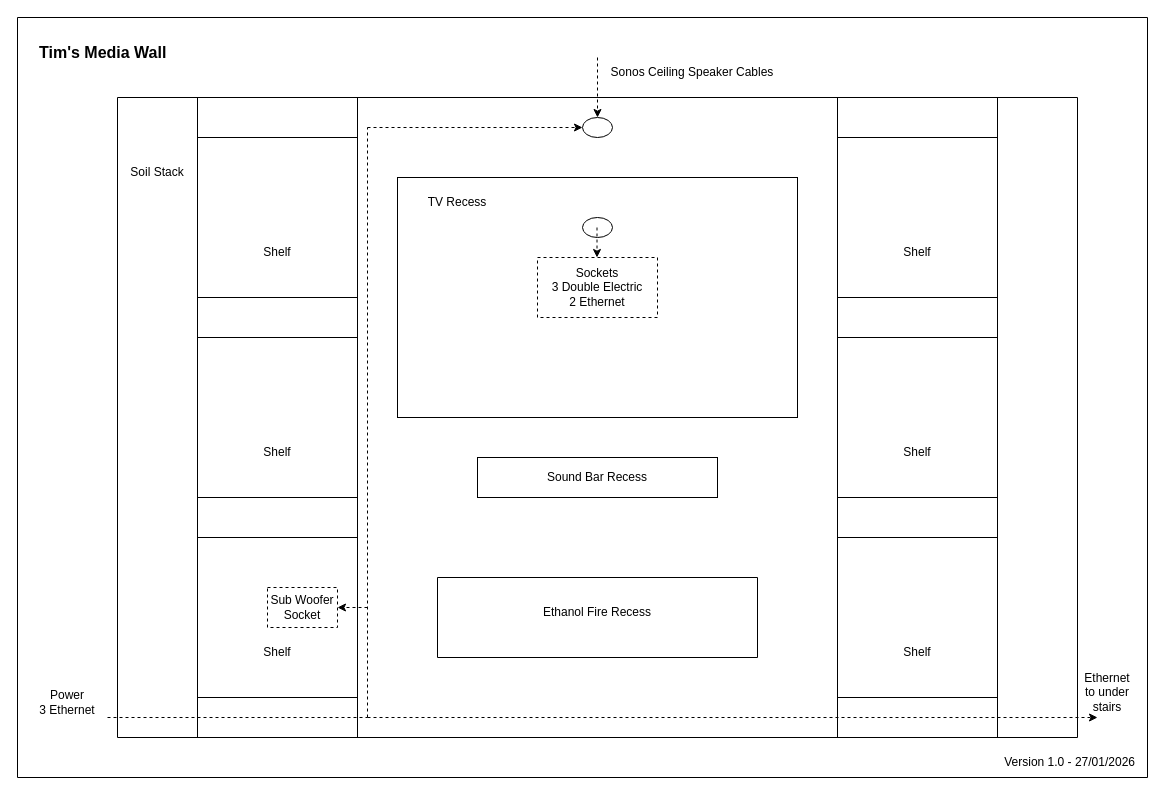
Earlier version of the draw.io diagram MediaWall.drawio (treganmorris/Diagrams). Source tidied: cells renumbered, new cells numbered last; positions are measured from the earlier drawing's top-left corner, leaving out a move shared by most shapes. Both pictures are drawn from the tidied source at 100%, with x=0, y=0 at pixel (17, 17).
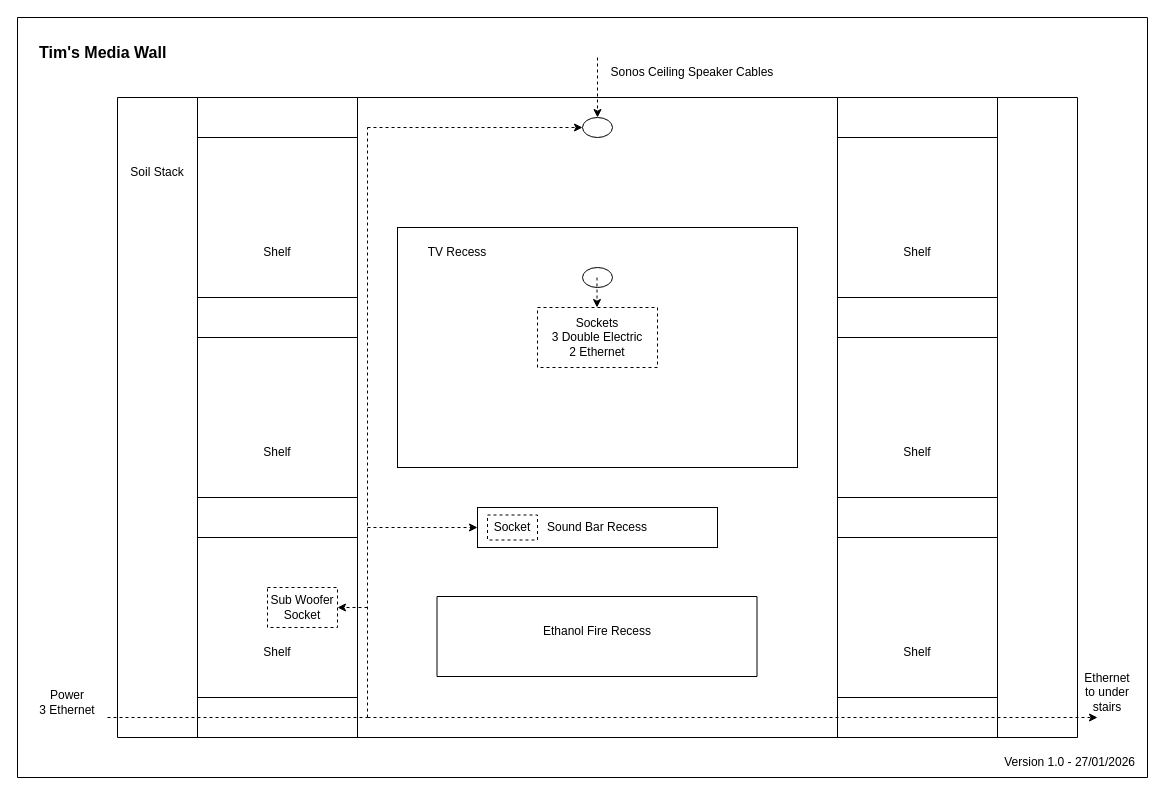
The same diagram, later.

The change refers to these unchanged cells:
```xml
<mxCell id="57" value="Sub Woofer&lt;div&gt;Socket&lt;/div&gt;" style="rounded=0;whiteSpace=wrap;html=1;dashed=1;" parent="1" vertex="1">
  <mxGeometry x="250" y="570" width="70" height="40" as="geometry" />
</mxCell>
```

The edit, as a diff of the source:
```diff
@@
     <mxCell id="27" style="endArrow=none;html=1;rounded=0;" parent="1" edge="1">
       <mxGeometry relative="1" as="geometry">
-        <mxPoint x="420" y="560" as="sourcePoint" />
-        <mxPoint x="740" y="560" as="targetPoint" />
+        <mxPoint x="419.5" y="579" as="sourcePoint" />
+        <mxPoint x="739.5" y="579" as="targetPoint" />
       </mxGeometry>
     </mxCell>
     <mxCell id="28" style="endArrow=none;html=1;rounded=0;" parent="1" edge="1">
       <mxGeometry relative="1" as="geometry">
-        <mxPoint x="420" y="640" as="sourcePoint" />
-        <mxPoint x="420" y="560" as="targetPoint" />
+        <mxPoint x="419.5" y="659" as="sourcePoint" />
+        <mxPoint x="419.5" y="579" as="targetPoint" />
       </mxGeometry>
     </mxCell>
     <mxCell id="29" style="endArrow=none;html=1;rounded=0;" parent="1" edge="1">
       <mxGeometry relative="1" as="geometry">
-        <mxPoint x="740" y="640" as="sourcePoint" />
-        <mxPoint x="740" y="560" as="targetPoint" />
+        <mxPoint x="739.5" y="659" as="sourcePoint" />
+        <mxPoint x="739.5" y="579" as="targetPoint" />
       </mxGeometry>
     </mxCell>
     <mxCell id="30" style="endArrow=none;html=1;rounded=0;" parent="1" edge="1">
       <mxGeometry relative="1" as="geometry">
-        <mxPoint x="420" y="640" as="sourcePoint" />
-        <mxPoint x="740" y="640" as="targetPoint" />
+        <mxPoint x="419.5" y="659" as="sourcePoint" />
+        <mxPoint x="739.5" y="659" as="targetPoint" />
       </mxGeometry>
     </mxCell>
     <mxCell id="31" style="rounded=0;whiteSpace=wrap;html=1;" parent="1" vertex="1">
-      <mxGeometry x="460" y="440" width="240" height="40" as="geometry" />
+      <mxGeometry x="460" y="490" width="240" height="40" as="geometry" />
     </mxCell>
     <mxCell id="32" style="rounded=0;whiteSpace=wrap;html=1;fillColor=none;" parent="1" vertex="1">
-      <mxGeometry x="380" y="160" width="400" height="240" as="geometry" />
+      <mxGeometry x="380" y="210" width="400" height="240" as="geometry" />
     </mxCell>
@@
     <mxCell id="34" value="TV Recess" style="text;html=1;whiteSpace=wrap;strokeColor=none;fillColor=none;align=center;verticalAlign=middle;rounded=0;" parent="1" vertex="1">
-      <mxGeometry x="390" y="170" width="100" height="30" as="geometry" />
+      <mxGeometry x="390" y="220" width="100" height="30" as="geometry" />
     </mxCell>
     <mxCell id="35" value="Sound Bar Recess" style="text;html=1;whiteSpace=wrap;strokeColor=none;fillColor=none;align=center;verticalAlign=middle;rounded=0;" parent="1" vertex="1">
-      <mxGeometry x="500" y="445" width="160" height="30" as="geometry" />
+      <mxGeometry x="500" y="495" width="160" height="30" as="geometry" />
     </mxCell>
     <mxCell id="36" value="Ethanol Fire Recess" style="text;html=1;whiteSpace=wrap;strokeColor=none;fillColor=none;align=center;verticalAlign=middle;rounded=0;" parent="1" vertex="1">
-      <mxGeometry x="495" y="580" width="170" height="30" as="geometry" />
+      <mxGeometry x="494.5" y="599" width="170" height="30" as="geometry" />
     </mxCell>
@@
     <mxCell id="45" value="&lt;div&gt;Sockets&lt;/div&gt;3 Double Electric&lt;div&gt;2 Ethernet&lt;/div&gt;" style="rounded=0;whiteSpace=wrap;html=1;dashed=1;" parent="1" vertex="1">
-      <mxGeometry x="520" y="240" width="120" height="60" as="geometry" />
+      <mxGeometry x="520" y="290" width="120" height="60" as="geometry" />
     </mxCell>
@@
     <mxCell id="48" style="ellipse;whiteSpace=wrap;html=1;" parent="1" vertex="1">
-      <mxGeometry x="565" y="200" width="30" height="20" as="geometry" />
+      <mxGeometry x="565" y="250" width="30" height="20" as="geometry" />
     </mxCell>
     <mxCell id="49" style="endArrow=classic;html=1;rounded=0;dashed=1;" parent="1" edge="1">
       <mxGeometry relative="1" as="geometry">
-        <mxPoint x="579.5" y="210" as="sourcePoint" />
-        <mxPoint x="579.5" y="240" as="targetPoint" />
+        <mxPoint x="579.5" y="260" as="sourcePoint" />
+        <mxPoint x="579.5" y="290" as="targetPoint" />
       </mxGeometry>
     </mxCell>
@@
-    <mxCell id="58" style="endArrow=classic;html=1;rounded=0;dashed=1;" parent="1" edge="1" target="57">
+    <mxCell id="58" style="endArrow=classic;html=1;rounded=0;dashed=1;endFill=1;" parent="1" edge="1" target="57">
       <mxGeometry relative="1" as="geometry">
         <mxPoint x="350" y="590" as="sourcePoint" />
       </mxGeometry>
     </mxCell>
+    <mxCell id="59" style="endArrow=classic;html=1;rounded=0;dashed=1;endFill=1;entryX=0;entryY=0.5;entryDx=0;entryDy=0;" parent="1" edge="1" target="31">
+      <mxGeometry relative="1" as="geometry">
+        <mxPoint x="350" y="510" as="sourcePoint" />
+      </mxGeometry>
+    </mxCell>
+    <mxCell id="60" value="&lt;div&gt;Socket&lt;/div&gt;" style="rounded=0;whiteSpace=wrap;html=1;dashed=1;" parent="1" vertex="1">
+      <mxGeometry x="470" y="497.5" width="50" height="25" as="geometry" />
+    </mxCell>
```
